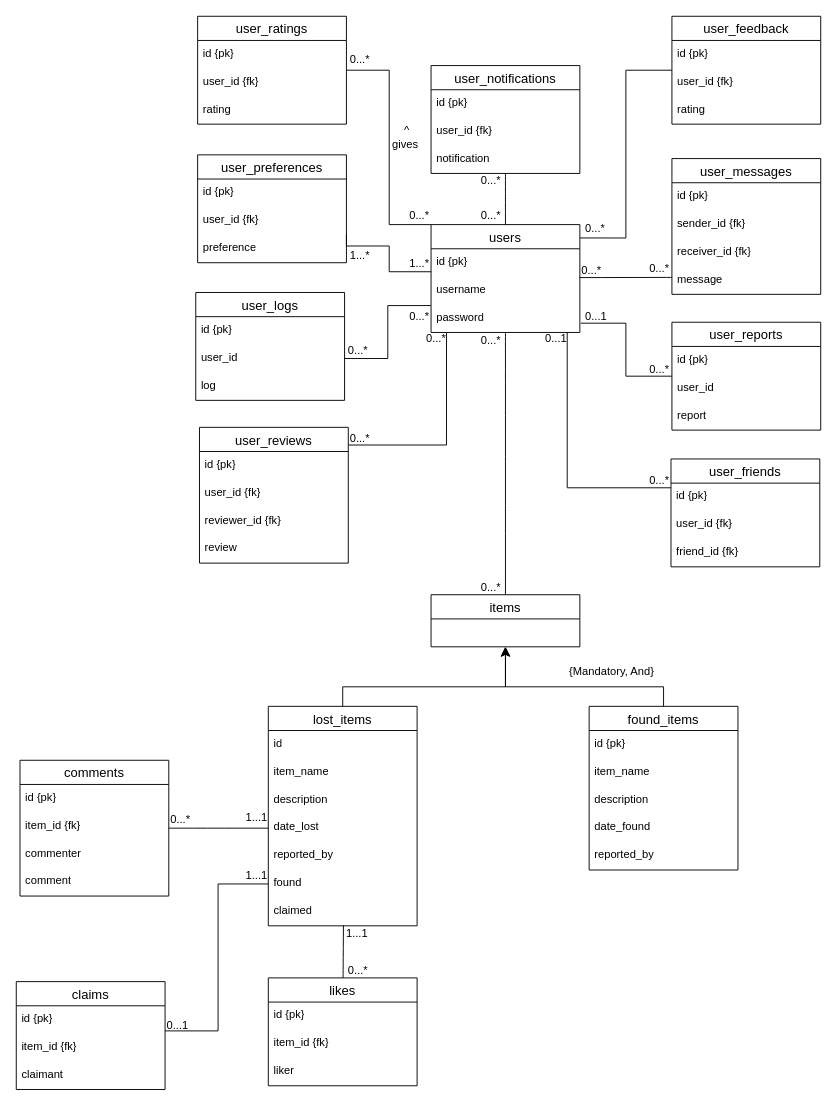
Before: Untitled Diagram.drawio in nurhanisahizzati/lostnfoundsystem, a draw.io diagram. Source tidied: cells renumbered, new cells numbered last; positions are measured from the earlier drawing's top-left corner, leaving out a move shared by most shapes. Both pictures are drawn from the tidied source at 93%, with x=0, y=0 at pixel (16, 16).
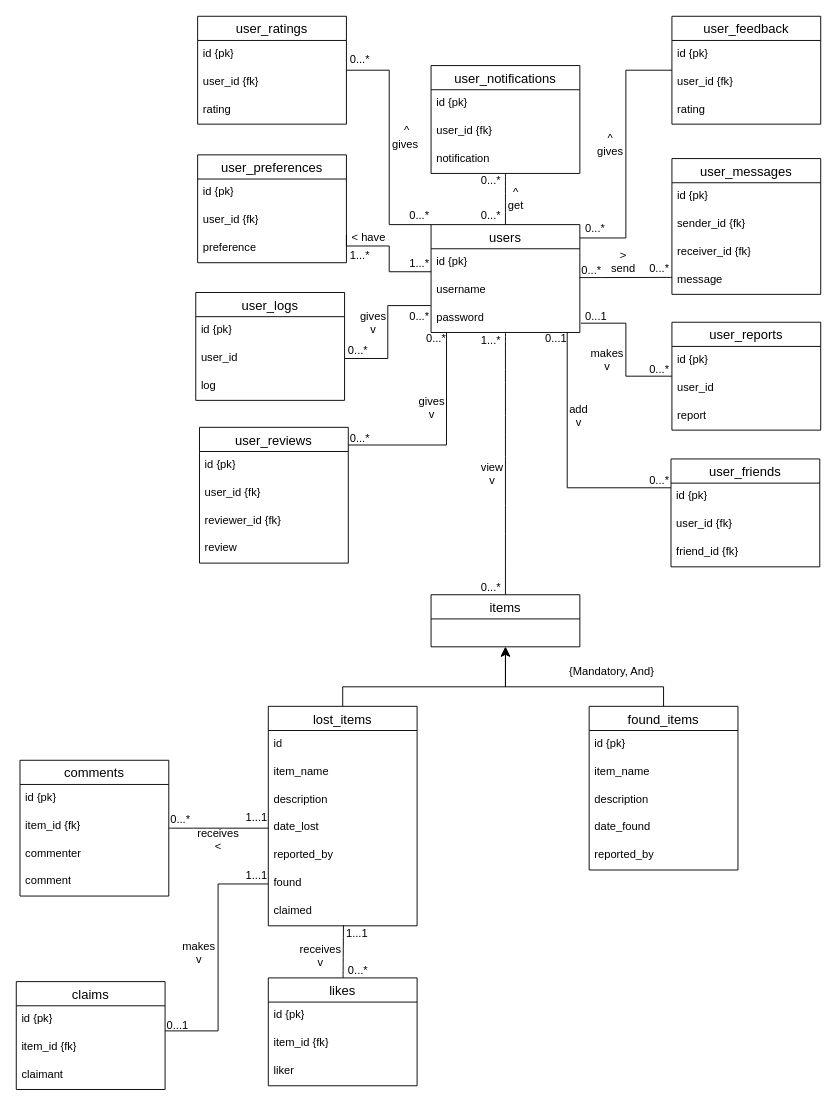
After the change.

Change to the diagram source:
```diff
@@
-    <mxCell id="104" value="&lt;div style=&quot;forced-color-adjust: none; color: rgb(0, 0, 0); font-family: Helvetica; font-size: 12px; font-style: normal; font-variant-ligatures: normal; font-variant-caps: normal; font-weight: 400; letter-spacing: normal; orphans: 2; text-align: center; text-indent: 0px; text-transform: none; widows: 2; word-spacing: 0px; -webkit-text-stroke-width: 0px; white-space: nowrap; text-decoration-thickness: initial; text-decoration-style: initial; text-decoration-color: initial;&quot;&gt;0...*&lt;/div&gt;" style="text;whiteSpace=wrap;html=1;" parent="1" vertex="1">
+    <mxCell id="104" value="&lt;div style=&quot;forced-color-adjust: none; color: rgb(0, 0, 0); font-family: Helvetica; font-size: 12px; font-style: normal; font-variant-ligatures: normal; font-variant-caps: normal; font-weight: 400; letter-spacing: normal; orphans: 2; text-align: center; text-indent: 0px; text-transform: none; widows: 2; word-spacing: 0px; -webkit-text-stroke-width: 0px; white-space: nowrap; text-decoration-thickness: initial; text-decoration-style: initial; text-decoration-color: initial;&quot;&gt;1...*&lt;/div&gt;" style="text;whiteSpace=wrap;html=1;" parent="1" vertex="1">
       <mxGeometry x="498" y="335" width="56" height="51" as="geometry" />
     </mxCell>
@@
+    <mxCell id="112" value="&lt;div style=&quot;forced-color-adjust: none; color: rgb(0, 0, 0); font-family: Helvetica; font-size: 12px; font-style: normal; font-variant-ligatures: normal; font-variant-caps: normal; font-weight: 400; letter-spacing: normal; orphans: 2; text-align: center; text-indent: 0px; text-transform: none; widows: 2; word-spacing: 0px; -webkit-text-stroke-width: 0px; white-space: nowrap; text-decoration-thickness: initial; text-decoration-style: initial; text-decoration-color: initial;&quot;&gt;receives&lt;/div&gt;&lt;div style=&quot;forced-color-adjust: none; color: rgb(0, 0, 0); font-family: Helvetica; font-size: 12px; font-style: normal; font-variant-ligatures: normal; font-variant-caps: normal; font-weight: 400; letter-spacing: normal; orphans: 2; text-align: center; text-indent: 0px; text-transform: none; widows: 2; word-spacing: 0px; -webkit-text-stroke-width: 0px; white-space: nowrap; text-decoration-thickness: initial; text-decoration-style: initial; text-decoration-color: initial;&quot;&gt;&amp;lt;&lt;/div&gt;" style="text;whiteSpace=wrap;html=1;" parent="1" vertex="1">
+      <mxGeometry x="193" y="865" width="56" height="51" as="geometry" />
+    </mxCell>
+    <mxCell id="113" value="&lt;div style=&quot;forced-color-adjust: none; color: rgb(0, 0, 0); font-family: Helvetica; font-size: 12px; font-style: normal; font-variant-ligatures: normal; font-variant-caps: normal; font-weight: 400; letter-spacing: normal; orphans: 2; text-align: center; text-indent: 0px; text-transform: none; widows: 2; word-spacing: 0px; -webkit-text-stroke-width: 0px; white-space: nowrap; text-decoration-thickness: initial; text-decoration-style: initial; text-decoration-color: initial;&quot;&gt;makes&lt;/div&gt;&lt;div style=&quot;forced-color-adjust: none; color: rgb(0, 0, 0); font-family: Helvetica; font-size: 12px; font-style: normal; font-variant-ligatures: normal; font-variant-caps: normal; font-weight: 400; letter-spacing: normal; orphans: 2; text-align: center; text-indent: 0px; text-transform: none; widows: 2; word-spacing: 0px; -webkit-text-stroke-width: 0px; white-space: nowrap; text-decoration-thickness: initial; text-decoration-style: initial; text-decoration-color: initial;&quot;&gt;v&lt;/div&gt;" style="text;whiteSpace=wrap;html=1;" parent="1" vertex="1">
+      <mxGeometry x="177" y="987" width="56" height="51" as="geometry" />
+    </mxCell>
+    <mxCell id="114" value="&lt;div style=&quot;forced-color-adjust: none; color: rgb(0, 0, 0); font-family: Helvetica; font-size: 12px; font-style: normal; font-variant-ligatures: normal; font-variant-caps: normal; font-weight: 400; letter-spacing: normal; orphans: 2; text-align: center; text-indent: 0px; text-transform: none; widows: 2; word-spacing: 0px; -webkit-text-stroke-width: 0px; white-space: nowrap; text-decoration-thickness: initial; text-decoration-style: initial; text-decoration-color: initial;&quot;&gt;receives&lt;/div&gt;&lt;div style=&quot;forced-color-adjust: none; color: rgb(0, 0, 0); font-family: Helvetica; font-size: 12px; font-style: normal; font-variant-ligatures: normal; font-variant-caps: normal; font-weight: 400; letter-spacing: normal; orphans: 2; text-align: center; text-indent: 0px; text-transform: none; widows: 2; word-spacing: 0px; -webkit-text-stroke-width: 0px; white-space: nowrap; text-decoration-thickness: initial; text-decoration-style: initial; text-decoration-color: initial;&quot;&gt;v&lt;/div&gt;" style="text;whiteSpace=wrap;html=1;" parent="1" vertex="1">
+      <mxGeometry x="303" y="990" width="56" height="51" as="geometry" />
+    </mxCell>
+    <mxCell id="115" value="&lt;div style=&quot;forced-color-adjust: none; color: rgb(0, 0, 0); font-family: Helvetica; font-size: 12px; font-style: normal; font-variant-ligatures: normal; font-variant-caps: normal; font-weight: 400; letter-spacing: normal; orphans: 2; text-align: center; text-indent: 0px; text-transform: none; widows: 2; word-spacing: 0px; -webkit-text-stroke-width: 0px; white-space: nowrap; text-decoration-thickness: initial; text-decoration-style: initial; text-decoration-color: initial;&quot;&gt;view&lt;/div&gt;&lt;div style=&quot;forced-color-adjust: none; color: rgb(0, 0, 0); font-family: Helvetica; font-size: 12px; font-style: normal; font-variant-ligatures: normal; font-variant-caps: normal; font-weight: 400; letter-spacing: normal; orphans: 2; text-align: center; text-indent: 0px; text-transform: none; widows: 2; word-spacing: 0px; -webkit-text-stroke-width: 0px; white-space: nowrap; text-decoration-thickness: initial; text-decoration-style: initial; text-decoration-color: initial;&quot;&gt;v&lt;/div&gt;" style="text;whiteSpace=wrap;html=1;" parent="1" vertex="1">
+      <mxGeometry x="498" y="471" width="56" height="51" as="geometry" />
+    </mxCell>
+    <mxCell id="116" value="&lt;div style=&quot;forced-color-adjust: none; color: rgb(0, 0, 0); font-family: Helvetica; font-size: 12px; font-style: normal; font-variant-ligatures: normal; font-variant-caps: normal; font-weight: 400; letter-spacing: normal; orphans: 2; text-align: center; text-indent: 0px; text-transform: none; widows: 2; word-spacing: 0px; -webkit-text-stroke-width: 0px; white-space: nowrap; text-decoration-thickness: initial; text-decoration-style: initial; text-decoration-color: initial;&quot;&gt;gives&lt;/div&gt;&lt;div style=&quot;forced-color-adjust: none; color: rgb(0, 0, 0); font-family: Helvetica; font-size: 12px; font-style: normal; font-variant-ligatures: normal; font-variant-caps: normal; font-weight: 400; letter-spacing: normal; orphans: 2; text-align: center; text-indent: 0px; text-transform: none; widows: 2; word-spacing: 0px; -webkit-text-stroke-width: 0px; white-space: nowrap; text-decoration-thickness: initial; text-decoration-style: initial; text-decoration-color: initial;&quot;&gt;v&lt;/div&gt;" style="text;whiteSpace=wrap;html=1;" parent="1" vertex="1">
+      <mxGeometry x="431" y="400" width="56" height="51" as="geometry" />
+    </mxCell>
+    <mxCell id="117" value="&lt;div style=&quot;forced-color-adjust: none; color: rgb(0, 0, 0); font-family: Helvetica; font-size: 12px; font-style: normal; font-variant-ligatures: normal; font-variant-caps: normal; font-weight: 400; letter-spacing: normal; orphans: 2; text-align: center; text-indent: 0px; text-transform: none; widows: 2; word-spacing: 0px; -webkit-text-stroke-width: 0px; white-space: nowrap; text-decoration-thickness: initial; text-decoration-style: initial; text-decoration-color: initial;&quot;&gt;gives&lt;/div&gt;&lt;div style=&quot;forced-color-adjust: none; color: rgb(0, 0, 0); font-family: Helvetica; font-size: 12px; font-style: normal; font-variant-ligatures: normal; font-variant-caps: normal; font-weight: 400; letter-spacing: normal; orphans: 2; text-align: center; text-indent: 0px; text-transform: none; widows: 2; word-spacing: 0px; -webkit-text-stroke-width: 0px; white-space: nowrap; text-decoration-thickness: initial; text-decoration-style: initial; text-decoration-color: initial;&quot;&gt;v&lt;/div&gt;" style="text;whiteSpace=wrap;html=1;" parent="1" vertex="1">
+      <mxGeometry x="368" y="309" width="56" height="51" as="geometry" />
+    </mxCell>
+    <mxCell id="118" value="&lt;div style=&quot;forced-color-adjust: none; color: rgb(0, 0, 0); font-family: Helvetica; font-size: 12px; font-style: normal; font-variant-ligatures: normal; font-variant-caps: normal; font-weight: 400; letter-spacing: normal; orphans: 2; text-align: center; text-indent: 0px; text-transform: none; widows: 2; word-spacing: 0px; -webkit-text-stroke-width: 0px; white-space: nowrap; text-decoration-thickness: initial; text-decoration-style: initial; text-decoration-color: initial;&quot;&gt;&amp;lt; have&lt;/div&gt;" style="text;whiteSpace=wrap;html=1;" parent="1" vertex="1">
+      <mxGeometry x="359" y="224" width="56" height="51" as="geometry" />
+    </mxCell>
+    <mxCell id="119" value="&lt;div style=&quot;forced-color-adjust: none; color: rgb(0, 0, 0); font-family: Helvetica; font-size: 12px; font-style: normal; font-variant-ligatures: normal; font-variant-caps: normal; font-weight: 400; letter-spacing: normal; orphans: 2; text-align: center; text-indent: 0px; text-transform: none; widows: 2; word-spacing: 0px; -webkit-text-stroke-width: 0px; white-space: nowrap; text-decoration-thickness: initial; text-decoration-style: initial; text-decoration-color: initial;&quot;&gt;^&lt;/div&gt;&lt;div style=&quot;forced-color-adjust: none; color: rgb(0, 0, 0); font-family: Helvetica; font-size: 12px; font-style: normal; font-variant-ligatures: normal; font-variant-caps: normal; font-weight: 400; letter-spacing: normal; orphans: 2; text-align: center; text-indent: 0px; text-transform: none; widows: 2; word-spacing: 0px; -webkit-text-stroke-width: 0px; white-space: nowrap; text-decoration-thickness: initial; text-decoration-style: initial; text-decoration-color: initial;&quot;&gt;get&lt;/div&gt;" style="text;whiteSpace=wrap;html=1;" parent="1" vertex="1">
+      <mxGeometry x="527" y="176" width="56" height="51" as="geometry" />
+    </mxCell>
+    <mxCell id="120" value="&lt;div style=&quot;forced-color-adjust: none; color: rgb(0, 0, 0); font-family: Helvetica; font-size: 12px; font-style: normal; font-variant-ligatures: normal; font-variant-caps: normal; font-weight: 400; letter-spacing: normal; orphans: 2; text-align: center; text-indent: 0px; text-transform: none; widows: 2; word-spacing: 0px; -webkit-text-stroke-width: 0px; white-space: nowrap; text-decoration-thickness: initial; text-decoration-style: initial; text-decoration-color: initial;&quot;&gt;^&lt;/div&gt;&lt;div style=&quot;forced-color-adjust: none; color: rgb(0, 0, 0); font-family: Helvetica; font-size: 12px; font-style: normal; font-variant-ligatures: normal; font-variant-caps: normal; font-weight: 400; letter-spacing: normal; orphans: 2; text-align: center; text-indent: 0px; text-transform: none; widows: 2; word-spacing: 0px; -webkit-text-stroke-width: 0px; white-space: nowrap; text-decoration-thickness: initial; text-decoration-style: initial; text-decoration-color: initial;&quot;&gt;gives&lt;/div&gt;" style="text;whiteSpace=wrap;html=1;" parent="1" vertex="1">
+      <mxGeometry x="623" y="118" width="56" height="51" as="geometry" />
+    </mxCell>
+    <mxCell id="121" value="&lt;div style=&quot;forced-color-adjust: none; color: rgb(0, 0, 0); font-family: Helvetica; font-size: 12px; font-style: normal; font-variant-ligatures: normal; font-variant-caps: normal; font-weight: 400; letter-spacing: normal; orphans: 2; text-align: center; text-indent: 0px; text-transform: none; widows: 2; word-spacing: 0px; -webkit-text-stroke-width: 0px; white-space: nowrap; text-decoration-thickness: initial; text-decoration-style: initial; text-decoration-color: initial;&quot;&gt;&amp;gt;&lt;/div&gt;&lt;div style=&quot;forced-color-adjust: none; color: rgb(0, 0, 0); font-family: Helvetica; font-size: 12px; font-style: normal; font-variant-ligatures: normal; font-variant-caps: normal; font-weight: 400; letter-spacing: normal; orphans: 2; text-align: center; text-indent: 0px; text-transform: none; widows: 2; word-spacing: 0px; -webkit-text-stroke-width: 0px; white-space: nowrap; text-decoration-thickness: initial; text-decoration-style: initial; text-decoration-color: initial;&quot;&gt;send&lt;/div&gt;" style="text;whiteSpace=wrap;html=1;" parent="1" vertex="1">
+      <mxGeometry x="638" y="244" width="56" height="51" as="geometry" />
+    </mxCell>
+    <mxCell id="122" value="&lt;div style=&quot;forced-color-adjust: none; color: rgb(0, 0, 0); font-family: Helvetica; font-size: 12px; font-style: normal; font-variant-ligatures: normal; font-variant-caps: normal; font-weight: 400; letter-spacing: normal; orphans: 2; text-align: center; text-indent: 0px; text-transform: none; widows: 2; word-spacing: 0px; -webkit-text-stroke-width: 0px; white-space: nowrap; text-decoration-thickness: initial; text-decoration-style: initial; text-decoration-color: initial;&quot;&gt;makes&lt;/div&gt;&lt;div style=&quot;forced-color-adjust: none; color: rgb(0, 0, 0); font-family: Helvetica; font-size: 12px; font-style: normal; font-variant-ligatures: normal; font-variant-caps: normal; font-weight: 400; letter-spacing: normal; orphans: 2; text-align: center; text-indent: 0px; text-transform: none; widows: 2; word-spacing: 0px; -webkit-text-stroke-width: 0px; white-space: nowrap; text-decoration-thickness: initial; text-decoration-style: initial; text-decoration-color: initial;&quot;&gt;v&lt;/div&gt;" style="text;whiteSpace=wrap;html=1;" parent="1" vertex="1">
+      <mxGeometry x="616" y="349" width="56" height="51" as="geometry" />
+    </mxCell>
+    <mxCell id="123" value="&lt;div style=&quot;forced-color-adjust: none; color: rgb(0, 0, 0); font-family: Helvetica; font-size: 12px; font-style: normal; font-variant-ligatures: normal; font-variant-caps: normal; font-weight: 400; letter-spacing: normal; orphans: 2; text-align: center; text-indent: 0px; text-transform: none; widows: 2; word-spacing: 0px; -webkit-text-stroke-width: 0px; white-space: nowrap; text-decoration-thickness: initial; text-decoration-style: initial; text-decoration-color: initial;&quot;&gt;add&lt;/div&gt;&lt;div style=&quot;forced-color-adjust: none; color: rgb(0, 0, 0); font-family: Helvetica; font-size: 12px; font-style: normal; font-variant-ligatures: normal; font-variant-caps: normal; font-weight: 400; letter-spacing: normal; orphans: 2; text-align: center; text-indent: 0px; text-transform: none; widows: 2; word-spacing: 0px; -webkit-text-stroke-width: 0px; white-space: nowrap; text-decoration-thickness: initial; text-decoration-style: initial; text-decoration-color: initial;&quot;&gt;v&lt;/div&gt;" style="text;whiteSpace=wrap;html=1;" parent="1" vertex="1">
+      <mxGeometry x="593" y="409" width="56" height="51" as="geometry" />
+    </mxCell>
```
